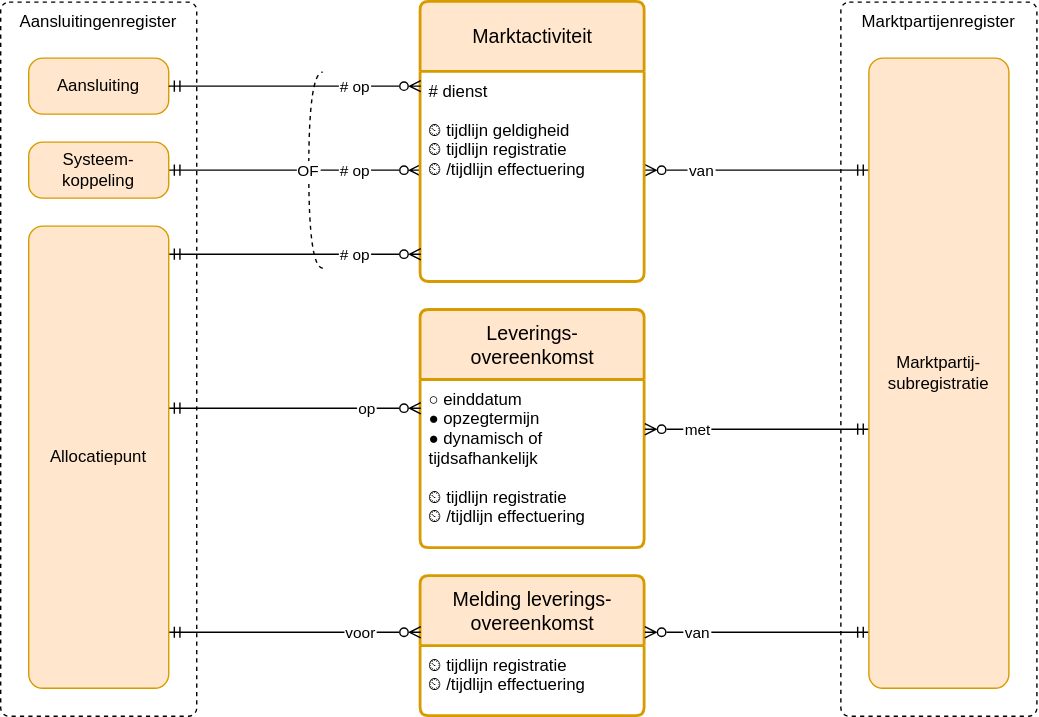
The draw.io diagram registers/marktactiviteitenregister/1.3/marktactiviteitenregister.drawio.svg in netbeheernederland/stelsel, before a commit. Source tidied: cells renumbered, new cells last; positions are measured from the earlier drawing's top-left corner, leaving out a move shared by most shapes.
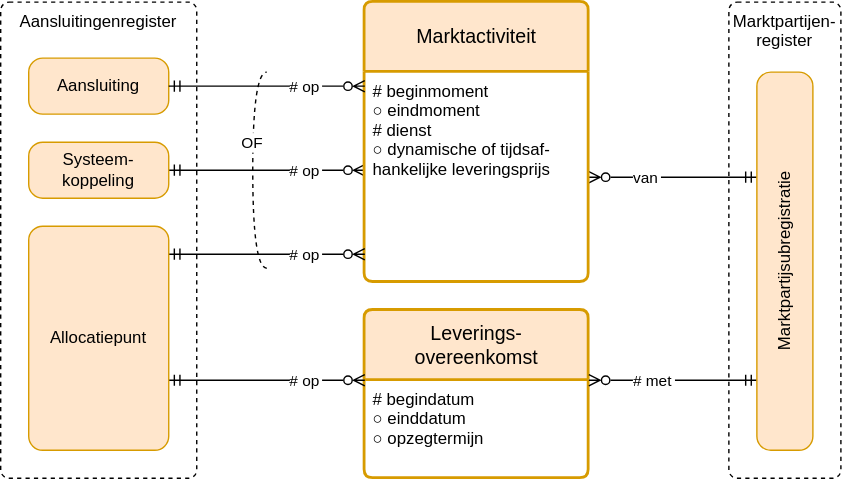
The same file after the commit.

Change to the diagram source:
```diff
@@ -3,78 +3,62 @@
     <mxCell id="0" />
     <mxCell id="1" parent="0" />
     <mxCell id="2" value="Aansluitingenregister" style="rounded=1;whiteSpace=wrap;sketch=0;dashed=1;verticalAlign=top;arcSize=12;absoluteArcSize=1;" parent="1" vertex="1">
-      <mxGeometry width="140" height="510" as="geometry" />
+      <mxGeometry width="140" height="340" as="geometry" />
     </mxCell>
-    <mxCell id="3" value="Marktpartijenregister" style="rounded=1;whiteSpace=wrap;sketch=0;dashed=1;verticalAlign=top;arcSize=12;spacing=2;absoluteArcSize=1;" parent="1" vertex="1">
-      <mxGeometry x="600" width="140" height="510" as="geometry" />
+    <mxCell id="3" value="Marktpartijen-register" style="rounded=1;whiteSpace=wrap;sketch=0;dashed=1;verticalAlign=top;arcSize=12;spacing=2;absoluteArcSize=1;" parent="1" vertex="1">
+      <mxGeometry x="520" width="80" height="340" as="geometry" />
     </mxCell>
     <mxCell id="4" value="van" style="endArrow=ERmandOne;rounded=0;startArrow=ERzeroToMany;startFill=0;endFill=0;edgeStyle=elbowEdgeStyle;align=left;elbow=vertical;" parent="1" edge="1" source="6" target="20">
-      <mxGeometry x="-0.62" relative="1" as="geometry" />
+      <mxGeometry x="-0.5" relative="1" as="geometry" />
     </mxCell>
     <mxCell id="5" value="# op" style="endArrow=ERmandOne;rounded=0;endFill=0;startArrow=ERzeroToMany;startFill=0;edgeStyle=elbowEdgeStyle;elbow=vertical;align=right;" parent="1" edge="1" source="6" target="19">
-      <mxGeometry x="-0.62" relative="1" as="geometry" />
+      <mxGeometry x="-0.57" relative="1" as="geometry" />
     </mxCell>
     <mxCell id="6" value="Marktactiviteit" style="swimlane;horizontal=1;startSize=50;rounded=1;fontSize=14;fontStyle=0;strokeWidth=2;shadow=0;dashed=0;align=center;fillColor=#ffe6cc;strokeColor=#d79b00;arcSize=4;whiteSpace=wrap;spacing=10;" parent="1" vertex="1">
-      <mxGeometry x="300" width="160" height="200" as="geometry" />
+      <mxGeometry x="260" width="160" height="200" as="geometry" />
     </mxCell>
-    <mxCell id="7" value="# dienst&#10;&#10;⏲ tijdlijn geldigheid&#10;⏲ tijdlijn registratie&#10;⏲ /tijdlijn effectuering" style="align=left;strokeColor=none;fillColor=none;spacingLeft=4;fontSize=12;verticalAlign=top;" parent="6" vertex="1">
+    <mxCell id="7" value="# beginmoment&#10;○ eindmoment&#10;# dienst&#10;○ dynamische of tijdsaf-&#10;   hankelijke leveringsprijs" style="align=left;strokeColor=none;fillColor=none;spacingLeft=4;fontSize=12;verticalAlign=top;" parent="6" vertex="1">
       <mxGeometry y="50" width="160" height="150" as="geometry" />
     </mxCell>
     <mxCell id="8" value="Leverings-overeenkomst" style="swimlane;horizontal=1;startSize=50;rounded=1;fontSize=14;fontStyle=0;strokeWidth=2;shadow=0;dashed=0;align=center;fillColor=#ffe6cc;strokeColor=#d79b00;arcSize=4;whiteSpace=wrap;spacing=10;" parent="1" vertex="1">
-      <mxGeometry x="300" y="220" width="160" height="170" as="geometry" />
+      <mxGeometry x="260" y="220" width="160" height="120" as="geometry" />
     </mxCell>
-    <mxCell id="9" value="○ einddatum&#10;● opzegtermijn&#10;● dynamisch of&#10;   tijdsafhankelijk&#10;&#10;⏲ tijdlijn registratie&#10;⏲ /tijdlijn effectuering" style="align=left;strokeColor=none;fillColor=none;spacingLeft=4;fontSize=12;verticalAlign=top;" parent="8" vertex="1">
-      <mxGeometry y="50" width="160" height="120" as="geometry" />
+    <mxCell id="9" value="# begindatum&#10;○ einddatum&#10;○ opzegtermijn" style="align=left;strokeColor=none;fillColor=none;spacingLeft=4;fontSize=12;verticalAlign=top;" parent="8" vertex="1">
+      <mxGeometry y="50" width="160" height="70" as="geometry" />
     </mxCell>
-    <mxCell id="10" value="# op" style="endArrow=ERmandOne;rounded=0;endFill=0;startArrow=ERzeroToMany;startFill=0;edgeStyle=elbowEdgeStyle;elbow=vertical;align=right;" parent="1" edge="1" source="6">
-      <mxGeometry x="-0.62" relative="1" as="geometry">
-        <mxPoint x="120" y="180" as="targetPoint" />
-      </mxGeometry>
+    <mxCell id="10" value="# op" style="endArrow=ERmandOne;rounded=0;endFill=0;startArrow=ERzeroToMany;startFill=0;edgeStyle=elbowEdgeStyle;elbow=vertical;align=right;" parent="1" edge="1" source="6" target="18">
+      <mxGeometry x="-0.57" relative="1" as="geometry" />
     </mxCell>
     <mxCell id="11" value="OF" style="endArrow=none;dashed=1;rounded=0;edgeStyle=orthogonalEdgeStyle;curved=1;" parent="1" edge="1">
-      <mxGeometry relative="1" as="geometry">
-        <mxPoint x="230" y="190" as="sourcePoint" />
-        <mxPoint x="230" y="50" as="targetPoint" />
+      <mxGeometry x="0.25" relative="1" as="geometry">
+        <mxPoint x="190" y="190" as="sourcePoint" />
+        <mxPoint x="190" y="50" as="targetPoint" />
         <Array as="points">
-          <mxPoint x="220" y="190" />
-          <mxPoint x="220" y="50" />
+          <mxPoint x="180" y="190" />
+          <mxPoint x="180" y="50" />
         </Array>
       </mxGeometry>
     </mxCell>
-    <mxCell id="12" value="op" style="endArrow=ERmandOne;rounded=0;endFill=0;startArrow=ERzeroToMany;startFill=0;edgeStyle=elbowEdgeStyle;elbow=vertical;align=right;" parent="1" edge="1" source="8">
-      <mxGeometry x="-0.67" relative="1" as="geometry">
-        <mxPoint x="120" y="290" as="targetPoint" />
-      </mxGeometry>
+    <mxCell id="12" value="# op" style="endArrow=ERmandOne;rounded=0;endFill=0;startArrow=ERzeroToMany;startFill=0;edgeStyle=elbowEdgeStyle;elbow=vertical;align=right;" parent="1" edge="1" source="8" target="18">
+      <mxGeometry x="-0.57" relative="1" as="geometry" />
     </mxCell>
-    <mxCell id="13" value="met" style="endArrow=ERmandOne;rounded=0;startArrow=ERzeroToMany;startFill=0;endFill=0;edgeStyle=elbowEdgeStyle;align=left;elbow=vertical;" parent="1" edge="1" source="8" target="20">
-      <mxGeometry x="-0.66" relative="1" as="geometry" />
+    <mxCell id="13" value="# met" style="endArrow=ERmandOne;rounded=0;startArrow=ERzeroToMany;startFill=0;endFill=0;edgeStyle=elbowEdgeStyle;align=left;elbow=vertical;" parent="1" edge="1" source="8" target="20">
+      <mxGeometry x="-0.5" relative="1" as="geometry" />
     </mxCell>
-    <mxCell id="14" value="Melding leverings-overeenkomst" style="swimlane;horizontal=1;startSize=50;rounded=1;fontSize=14;fontStyle=0;strokeWidth=2;shadow=0;dashed=0;align=center;fillColor=#ffe6cc;strokeColor=#d79b00;arcSize=4;whiteSpace=wrap;spacing=10;" parent="1" vertex="1">
-      <mxGeometry x="300" y="410" width="160" height="100" as="geometry" />
-    </mxCell>
-    <mxCell id="15" value="⏲ tijdlijn registratie&#10;⏲ /tijdlijn effectuering" style="align=left;strokeColor=none;fillColor=none;spacingLeft=4;fontSize=12;verticalAlign=top;" parent="14" vertex="1">
-      <mxGeometry y="50" width="160" height="50" as="geometry" />
-    </mxCell>
-    <mxCell id="16" value="voor" style="endArrow=ERmandOne;rounded=0;endFill=0;startArrow=ERzeroToMany;startFill=0;edgeStyle=elbowEdgeStyle;elbow=vertical;align=right;" parent="1" edge="1" source="14" target="18">
-      <mxGeometry x="-0.67" relative="1" as="geometry" />
-    </mxCell>
-    <mxCell id="17" value="van" style="endArrow=ERmandOne;rounded=0;startArrow=ERzeroToMany;startFill=0;endFill=0;edgeStyle=elbowEdgeStyle;align=left;elbow=vertical;" parent="1" edge="1" source="14" target="20">
-      <mxGeometry x="-0.66" relative="1" as="geometry" />
-    </mxCell>
     <mxCell id="18" value="Allocatiepunt" style="rounded=1;whiteSpace=wrap;absoluteArcSize=1;fillColor=#ffe6cc;strokeColor=#d79b00;spacing=10;" parent="1" vertex="1">
-      <mxGeometry x="20" y="160" width="100" height="330" as="geometry" />
+      <mxGeometry x="20" y="160" width="100" height="160" as="geometry" />
     </mxCell>
     <mxCell id="19" value="Systeem-koppeling" style="rounded=1;whiteSpace=wrap;absoluteArcSize=1;fillColor=#ffe6cc;strokeColor=#d79b00;spacing=10;" parent="1" vertex="1">
       <mxGeometry x="20" y="100" width="100" height="40" as="geometry" />
     </mxCell>
-    <mxCell id="20" value="Marktpartij-subregistratie" style="rounded=1;whiteSpace=wrap;absoluteArcSize=1;fillColor=#ffe6cc;strokeColor=#d79b00;spacing=10;" parent="1" vertex="1">
-      <mxGeometry x="620" y="40" width="100" height="450" as="geometry" />
+    <mxCell id="20" value="Marktpartijsubregistratie" style="rounded=1;whiteSpace=wrap;absoluteArcSize=1;fillColor=#ffe6cc;strokeColor=#d79b00;spacing=10;horizontal=0;" parent="1" vertex="1">
+      <mxGeometry x="540" y="50" width="40" height="270" as="geometry" />
     </mxCell>
     <mxCell id="21" value="Aansluiting" style="rounded=1;whiteSpace=wrap;absoluteArcSize=1;fillColor=#ffe6cc;strokeColor=#d79b00;spacing=10;" parent="1" vertex="1">
       <mxGeometry x="20" y="40" width="100" height="40" as="geometry" />
     </mxCell>
     <mxCell id="22" value="# op" style="endArrow=ERmandOne;rounded=0;endFill=0;startArrow=ERzeroToMany;startFill=0;edgeStyle=elbowEdgeStyle;elbow=vertical;align=right;" parent="1" edge="1" source="6" target="21">
-      <mxGeometry x="-0.62" relative="1" as="geometry" />
+      <mxGeometry x="-0.57" relative="1" as="geometry" />
     </mxCell>
   </root>
 </mxGraphModel>
```
